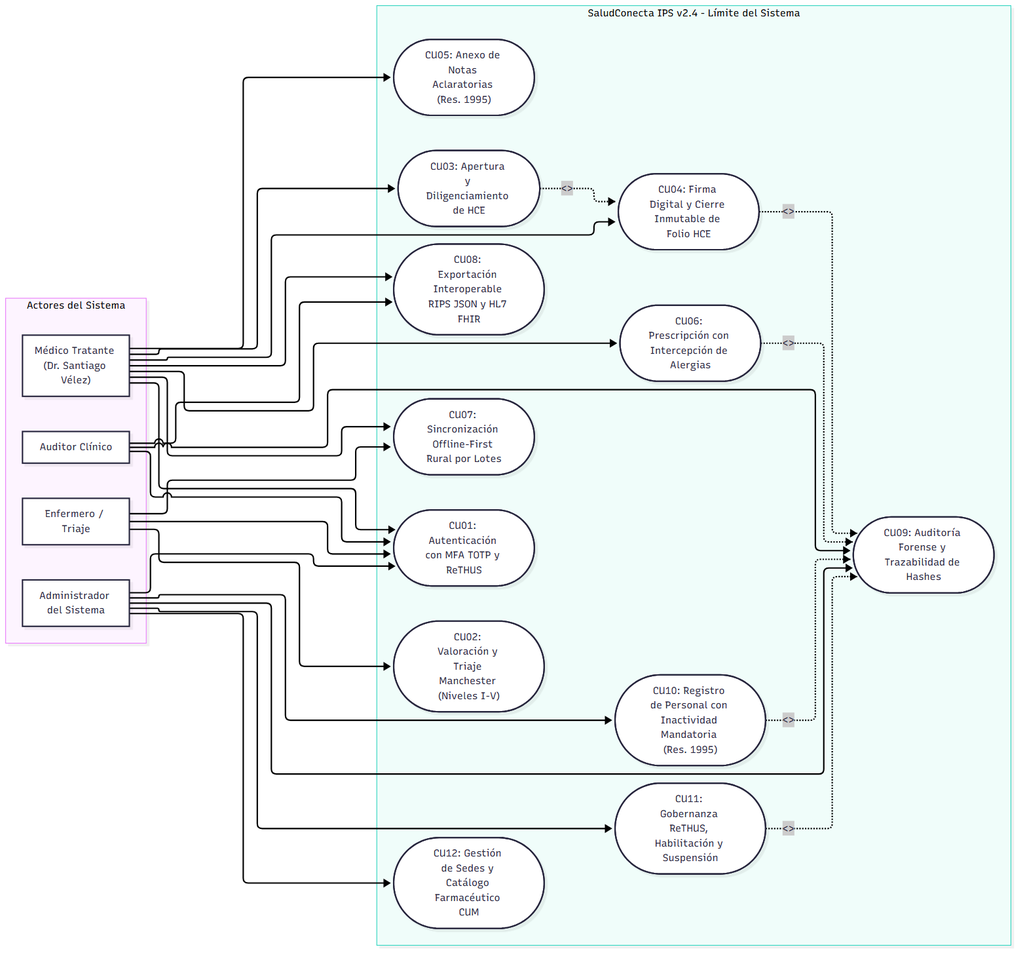
Earlier version of the Mermaid export docs/diagrams/01_casos_de_uso.png (ThiagoVelez/Proyecto_felipe). Its source is kept beside it as docs/diagrams/01_casos_de_uso.mmd.
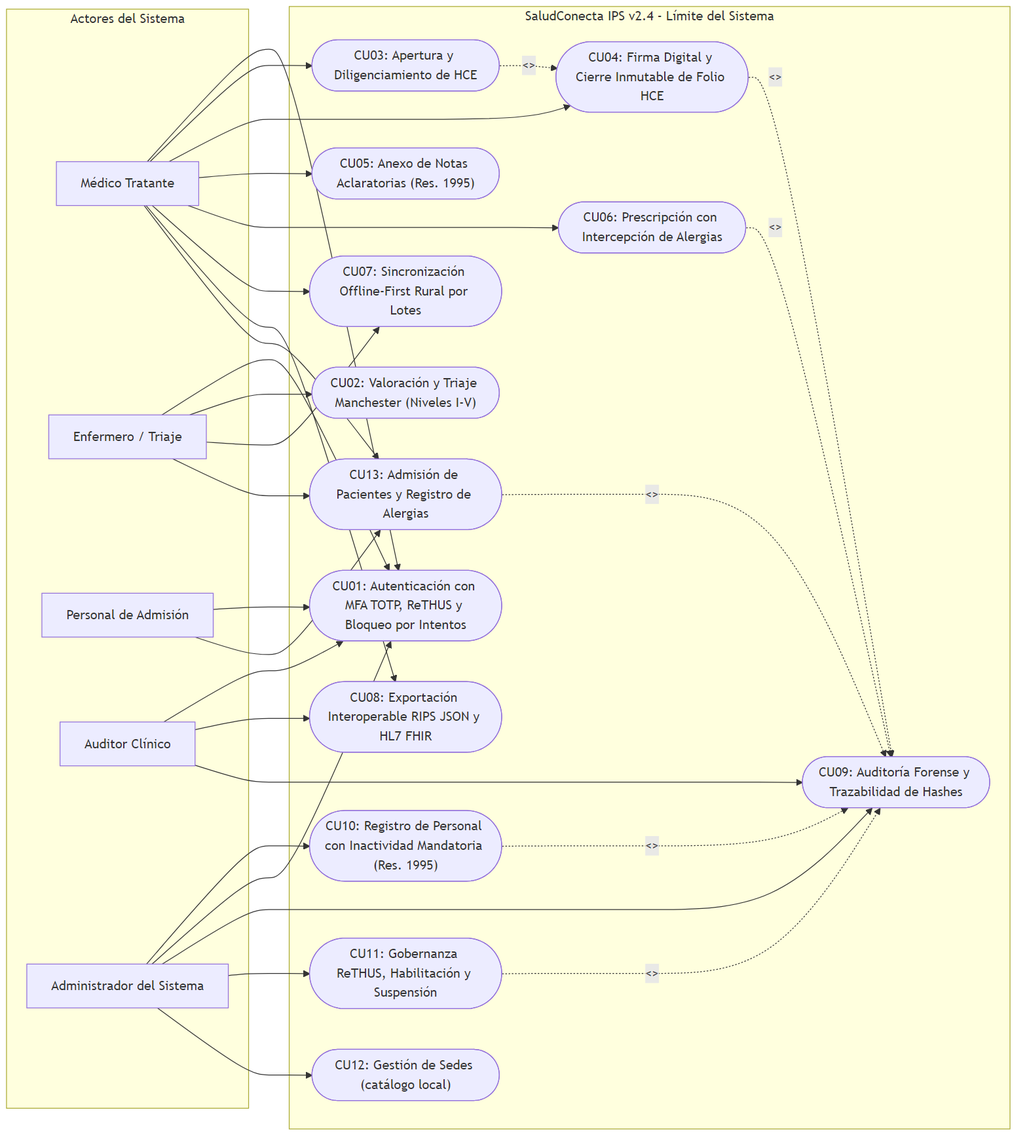
Later version of the same file.

Change to the diagram source:
```diff
@@ -1,13 +1,14 @@
 flowchart LR
     subgraph Actores ["Actores del Sistema"]
-        Medico["Médico Tratante (Dr. Santiago Vélez)"]
+        Medico["Médico Tratante"]
         Enfermero["Enfermero / Triaje"]
+        Admision["Personal de Admisión"]
         Auditor["Auditor Clínico"]
         Admin["Administrador del Sistema"]
     end
 
     subgraph Sistema ["SaludConecta IPS v2.4 - Límite del Sistema"]
-        CU01(["CU01: Autenticación con MFA TOTP y ReTHUS"])
+        CU01(["CU01: Autenticación con MFA TOTP, ReTHUS y Bloqueo por Intentos"])
         CU02(["CU02: Valoración y Triaje Manchester (Niveles I-V)"])
         CU03(["CU03: Apertura y Diligenciamiento de HCE"])
         CU04(["CU04: Firma Digital y Cierre Inmutable de Folio HCE"])
@@ -18,7 +19,8 @@
         CU09(["CU09: Auditoría Forense y Trazabilidad de Hashes"])
         CU10(["CU10: Registro de Personal con Inactividad Mandatoria (Res. 1995)"])
         CU11(["CU11: Gobernanza ReTHUS, Habilitación y Suspensión"])
-        CU12(["CU12: Gestión de Sedes y Catálogo Farmacéutico CUM"])
+        CU12(["CU12: Gestión de Sedes (catálogo local)"])
+        CU13(["CU13: Admisión de Pacientes y Registro de Alergias"])
     end
 
     Admin --> CU10
@@ -31,10 +33,15 @@
     Medico --> CU06
     Medico --> CU07
     Medico --> CU08
+    Medico --> CU13
 
     Enfermero --> CU01
     Enfermero --> CU02
     Enfermero --> CU07
+    Enfermero --> CU13
+
+    Admision --> CU01
+    Admision --> CU13
 
     Auditor --> CU01
     Auditor --> CU08
@@ -49,3 +56,4 @@
     CU04 -.->|"<<include>>"| CU09
     CU06 -.->|"<<include>>"| CU09
     CU03 -.->|"<<include>>"| CU04
+    CU13 -.->|"<<include>>"| CU09
```
